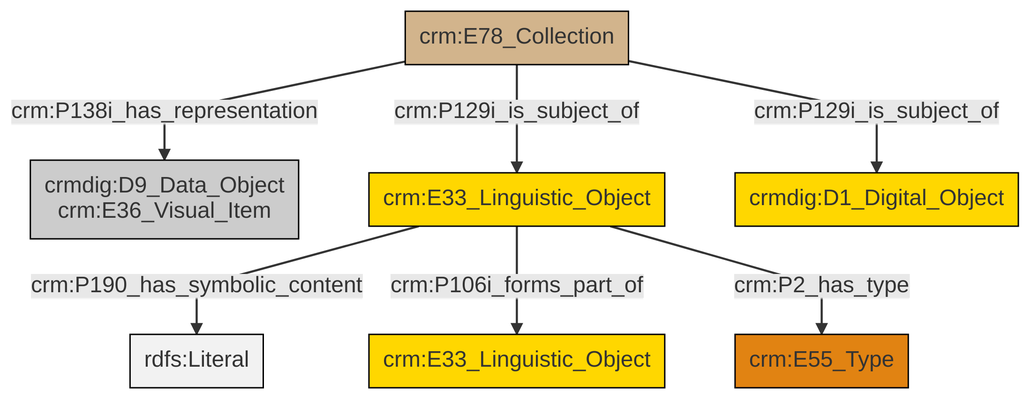
Before: et/archivalCSV/ttl/mmd/png/archival_docs.png, a diagram exported from Mermaid (swiss-art-research-net/docs.swissartresearch). Its source is kept beside it as et/archivalCSV/ttl/mmd/archival_docs.ttl.mmd.
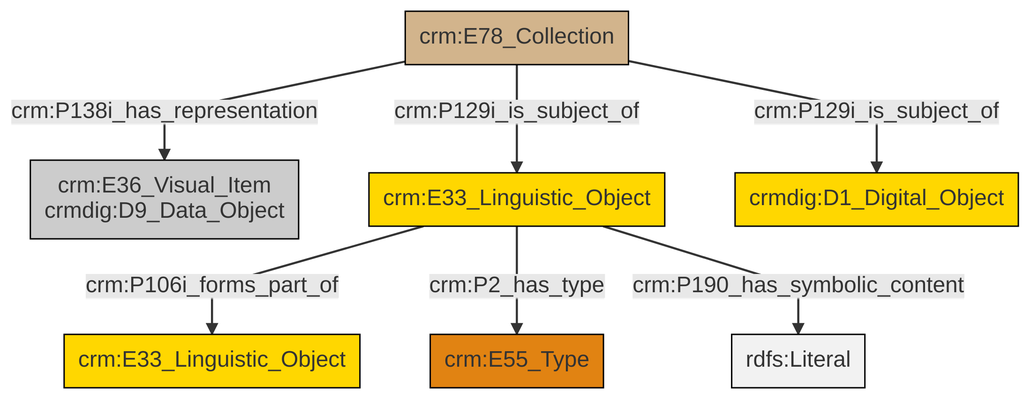
The same diagram one commit later.

Diff of the diagram source:
```diff
@@ -13,9 +13,9 @@
 classDef PC_Classes fill:#4ce600, stroke:#000000;
 classDef Multi fill:#cccccc,stroke:#000000;
 
-2["crm:E33_Linguistic_Object"]:::Conceptual_Object -->|crm:P190_has_symbolic_content| 3[rdfs:Literal]:::Literal
-6["crm:E78_Collection"]:::Physical_Thing -->|crm:P138i_has_representation| 0["crmdig:D9_Data_Object<br>crm:E36_Visual_Item"]:::Multi
-2["crm:E33_Linguistic_Object"]:::Conceptual_Object -->|crm:P106i_forms_part_of| 7["crm:E33_Linguistic_Object"]:::Conceptual_Object
-2["crm:E33_Linguistic_Object"]:::Conceptual_Object -->|crm:P2_has_type| 4["crm:E55_Type"]:::Type
-6["crm:E78_Collection"]:::Physical_Thing -->|crm:P129i_is_subject_of| 2["crm:E33_Linguistic_Object"]:::Conceptual_Object
-6["crm:E78_Collection"]:::Physical_Thing -->|crm:P129i_is_subject_of| 10["crmdig:D1_Digital_Object"]:::Conceptual_Object
+2["crm:E33_Linguistic_Object"]:::Conceptual_Object -->|crm:P106i_forms_part_of| 3["crm:E33_Linguistic_Object"]:::Conceptual_Object
+5["crm:E78_Collection"]:::Physical_Thing -->|crm:P129i_is_subject_of| 9["crmdig:D1_Digital_Object"]:::Conceptual_Object
+2["crm:E33_Linguistic_Object"]:::Conceptual_Object -->|crm:P2_has_type| 11["crm:E55_Type"]:::Type
+2["crm:E33_Linguistic_Object"]:::Conceptual_Object -->|crm:P190_has_symbolic_content| 13[rdfs:Literal]:::Literal
+5["crm:E78_Collection"]:::Physical_Thing -->|crm:P138i_has_representation| 0["crm:E36_Visual_Item<br>crmdig:D9_Data_Object"]:::Multi
+5["crm:E78_Collection"]:::Physical_Thing -->|crm:P129i_is_subject_of| 2["crm:E33_Linguistic_Object"]:::Conceptual_Object
```
